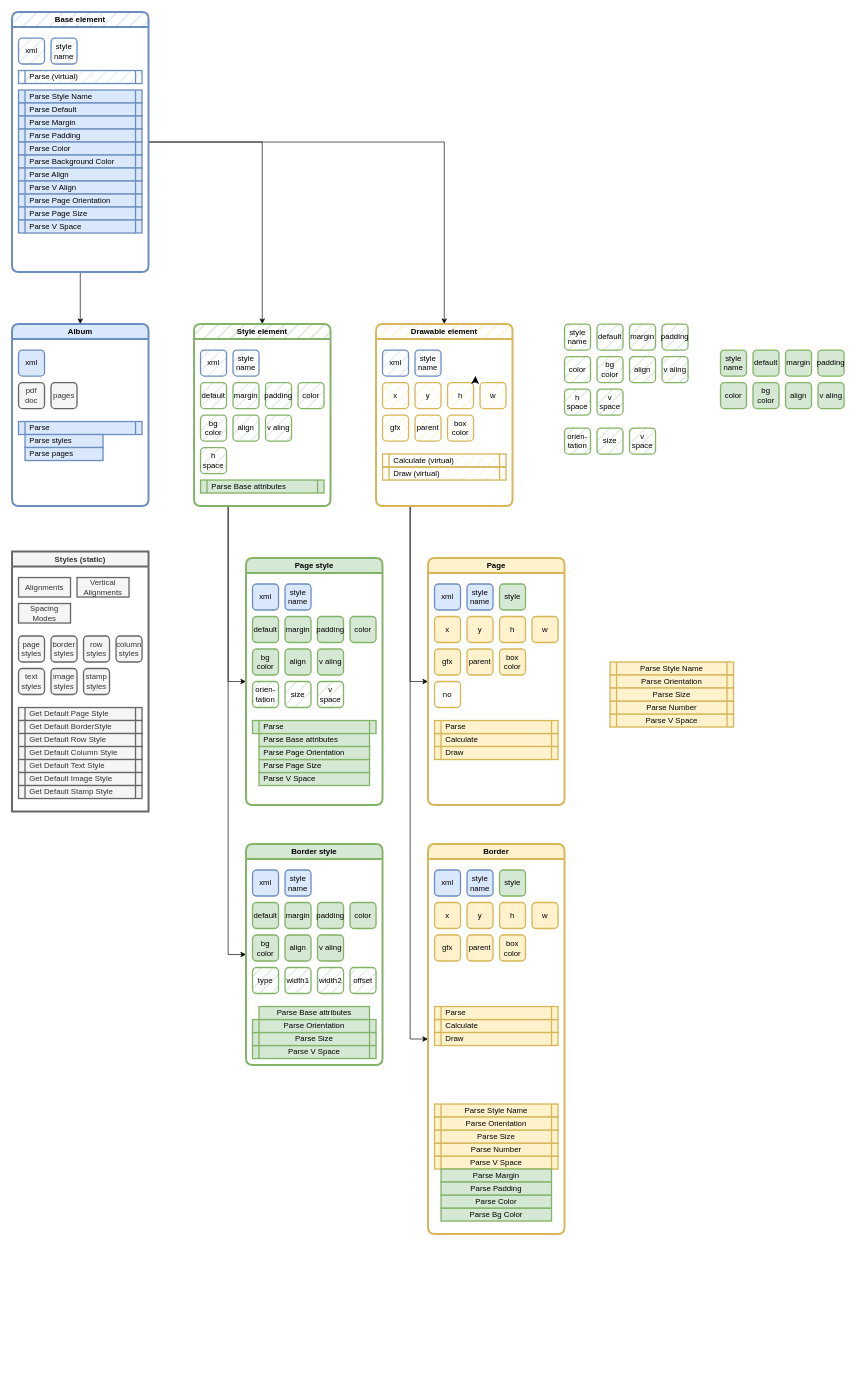
Before: Diagrams/class diagram.drawio in bogdanbj/myalbum, a draw.io diagram. Source tidied: cells renumbered, new cells numbered last; positions are measured from the earlier drawing's top-left corner, leaving out a move shared by most shapes. Both pictures are drawn from the tidied source at 65%, with x=0, y=0 at pixel (12, 12).
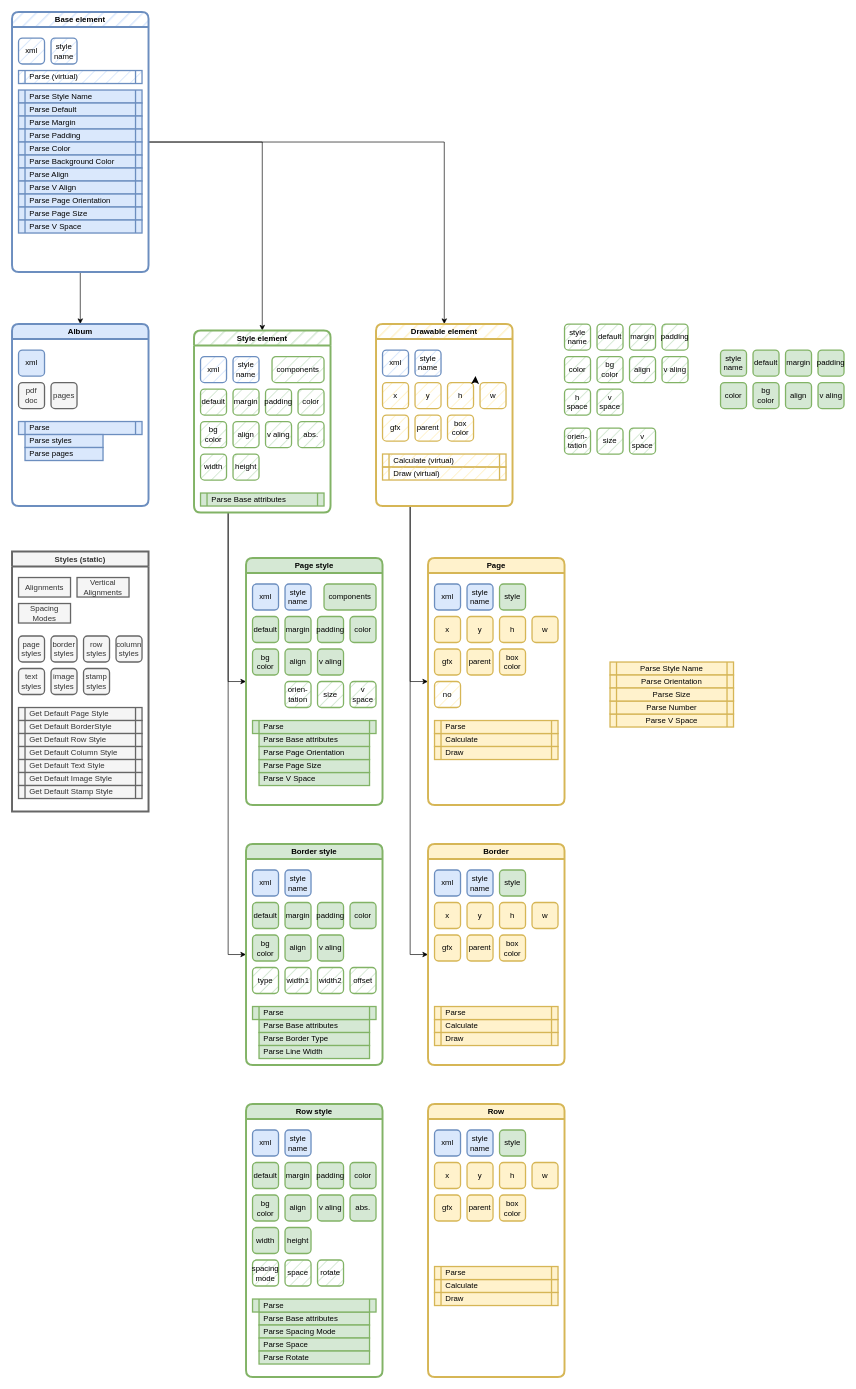
After the change.

The change refers to these unchanged cells:
```xml
<mxCell id="56" value="Border style" style="swimlane;whiteSpace=wrap;html=1;fillColor=#d5e8d4;strokeColor=#82b366;strokeWidth=3;rounded=1;swimlaneFillColor=default;" parent="1" vertex="1">
  <mxGeometry x="360" y="1280" width="210" height="340" as="geometry" />
</mxCell>
<mxCell id="97" value="Page style" style="swimlane;whiteSpace=wrap;html=1;fillColor=#d5e8d4;strokeColor=#82b366;strokeWidth=3;rounded=1;swimlaneFillColor=default;" parent="1" vertex="1">
  <mxGeometry x="360" y="840" width="210" height="380" as="geometry" />
</mxCell>
```

What changed in the source:
```diff
@@
     <mxCell id="37" value="Style element" style="swimlane;whiteSpace=wrap;html=1;fillColor=#d5e8d4;strokeColor=#82b366;strokeWidth=3;rounded=1;fillStyle=hatch;swimlaneFillColor=none;" parent="1" vertex="1">
-      <mxGeometry x="280" y="480" width="210" height="280" as="geometry" />
+      <mxGeometry x="280" y="490" width="210" height="280" as="geometry" />
     </mxCell>
@@
     <mxCell id="46" value="Parse Base attributes" style="shape=process;whiteSpace=wrap;html=1;backgroundOutline=1;fillColor=#d5e8d4;strokeColor=#82b366;size=0.05263157894736842;strokeWidth=2;align=left;spacingLeft=5;" parent="37" vertex="1">
-      <mxGeometry x="10" y="240" width="190" height="20" as="geometry" />
+      <mxGeometry x="10" y="250" width="190" height="20" as="geometry" />
     </mxCell>
@@
-    <mxCell id="48" value="h space" style="rounded=1;whiteSpace=wrap;html=1;fillColor=#d5e8d4;strokeColor=#82b366;strokeWidth=2;fillStyle=hatch;" parent="37" vertex="1">
-      <mxGeometry x="10" y="190" width="40" height="40" as="geometry" />
+    <mxCell id="48" value="abs." style="rounded=1;whiteSpace=wrap;html=1;fillColor=#d5e8d4;strokeColor=#82b366;strokeWidth=2;fillStyle=hatch;" parent="37" vertex="1">
+      <mxGeometry x="160" y="140" width="40" height="40" as="geometry" />
     </mxCell>
+    <mxCell id="174" value="components" style="rounded=1;whiteSpace=wrap;html=1;fillColor=#d5e8d4;strokeColor=#82b366;strokeWidth=2;fillStyle=hatch;" parent="37" vertex="1">
+      <mxGeometry x="120" y="40" width="80" height="40" as="geometry" />
+    </mxCell>
+    <mxCell id="175" value="width" style="rounded=1;whiteSpace=wrap;html=1;fillColor=#d5e8d4;strokeColor=#82b366;strokeWidth=2;fillStyle=hatch;" parent="37" vertex="1">
+      <mxGeometry x="10" y="190" width="40" height="40" as="geometry" />
+    </mxCell>
+    <mxCell id="176" value="height" style="rounded=1;whiteSpace=wrap;html=1;fillColor=#d5e8d4;strokeColor=#82b366;strokeWidth=2;fillStyle=hatch;" parent="37" vertex="1">
+      <mxGeometry x="60" y="190" width="40" height="40" as="geometry" />
+    </mxCell>
@@
-    <mxCell id="65" value="Parse V Space" style="shape=process;whiteSpace=wrap;html=1;backgroundOutline=1;fillColor=#d5e8d4;strokeColor=#82b366;size=0.05263157894736842;strokeWidth=2;" parent="56" vertex="1">
-      <mxGeometry x="10" y="310" width="190" height="20" as="geometry" />
-    </mxCell>
-    <mxCell id="66" value="Parse Size" style="shape=process;whiteSpace=wrap;html=1;backgroundOutline=1;fillColor=#d5e8d4;strokeColor=#82b366;size=0.05263157894736842;strokeWidth=2;" parent="56" vertex="1">
-      <mxGeometry x="10" y="290" width="190" height="20" as="geometry" />
-    </mxCell>
-    <mxCell id="67" value="Parse Orientation" style="shape=process;whiteSpace=wrap;html=1;backgroundOutline=1;fillColor=#d5e8d4;strokeColor=#82b366;size=0.05263157894736842;strokeWidth=2;" parent="56" vertex="1">
-      <mxGeometry x="10" y="270" width="190" height="20" as="geometry" />
-    </mxCell>
-    <mxCell id="68" value="Parse Base attributes" style="rounded=0;whiteSpace=wrap;html=1;fillColor=#d5e8d4;strokeColor=#82b366;strokeWidth=2;" parent="56" vertex="1">
-      <mxGeometry x="20" y="250" width="170" height="20" as="geometry" />
+    <mxCell id="68" value="Parse Base attributes" style="rounded=0;whiteSpace=wrap;html=1;fillColor=#d5e8d4;strokeColor=#82b366;strokeWidth=2;align=left;spacingLeft=5;" parent="56" vertex="1">
+      <mxGeometry x="20" y="270" width="170" height="20" as="geometry" />
     </mxCell>
@@
+    <mxCell id="177" value="Parse" style="shape=process;whiteSpace=wrap;html=1;backgroundOutline=1;fillColor=#d5e8d4;strokeColor=#82b366;size=0.05263157894736842;strokeWidth=2;align=left;spacingLeft=5;" parent="56" vertex="1">
+      <mxGeometry x="10" y="250" width="190" height="20" as="geometry" />
+    </mxCell>
+    <mxCell id="178" value="Parse Border Type" style="rounded=0;whiteSpace=wrap;html=1;fillColor=#d5e8d4;strokeColor=#82b366;strokeWidth=2;align=left;spacingLeft=5;" parent="56" vertex="1">
+      <mxGeometry x="20" y="290" width="170" height="20" as="geometry" />
+    </mxCell>
+    <mxCell id="179" value="Parse Line Width&amp;nbsp;" style="rounded=0;whiteSpace=wrap;html=1;fillColor=#d5e8d4;strokeColor=#82b366;strokeWidth=2;align=left;spacingLeft=5;" parent="56" vertex="1">
+      <mxGeometry x="20" y="310" width="170" height="20" as="geometry" />
+    </mxCell>
     <mxCell id="74" value="Border" style="swimlane;whiteSpace=wrap;html=1;fillColor=#fff2cc;strokeColor=#d6b656;strokeWidth=3;rounded=1;swimlaneFillColor=default;" parent="1" vertex="1">
-      <mxGeometry x="640" y="1280" width="210" height="600" as="geometry" />
+      <mxGeometry x="640" y="1280" width="210" height="340" as="geometry" />
     </mxCell>
@@
-    <mxCell id="83" value="Parse Style Name" style="shape=process;whiteSpace=wrap;html=1;backgroundOutline=1;fillColor=#fff2cc;strokeColor=#d6b656;size=0.05263157894736842;strokeWidth=2;" parent="74" vertex="1">
-      <mxGeometry x="10" y="400" width="190" height="20" as="geometry" />
-    </mxCell>
-    <mxCell id="84" value="Parse V Space" style="shape=process;whiteSpace=wrap;html=1;backgroundOutline=1;fillColor=#fff2cc;strokeColor=#d6b656;size=0.05263157894736842;strokeWidth=2;" parent="74" vertex="1">
-      <mxGeometry x="10" y="480" width="190" height="20" as="geometry" />
-    </mxCell>
-    <mxCell id="85" value="Parse Number" style="shape=process;whiteSpace=wrap;html=1;backgroundOutline=1;fillColor=#fff2cc;strokeColor=#d6b656;size=0.05263157894736842;strokeWidth=2;" parent="74" vertex="1">
-      <mxGeometry x="10" y="460" width="190" height="20" as="geometry" />
-    </mxCell>
-    <mxCell id="86" value="Parse Size" style="shape=process;whiteSpace=wrap;html=1;backgroundOutline=1;fillColor=#fff2cc;strokeColor=#d6b656;size=0.05263157894736842;strokeWidth=2;" parent="74" vertex="1">
-      <mxGeometry x="10" y="440" width="190" height="20" as="geometry" />
-    </mxCell>
-    <mxCell id="87" value="Parse Orientation" style="shape=process;whiteSpace=wrap;html=1;backgroundOutline=1;fillColor=#fff2cc;strokeColor=#d6b656;size=0.05263157894736842;strokeWidth=2;" parent="74" vertex="1">
-      <mxGeometry x="10" y="420" width="190" height="20" as="geometry" />
-    </mxCell>
-    <mxCell id="88" value="Parse Margin" style="rounded=0;whiteSpace=wrap;html=1;fillColor=#d5e8d4;strokeColor=#82b366;strokeWidth=2;" parent="74" vertex="1">
-      <mxGeometry x="20" y="500" width="170" height="20" as="geometry" />
-    </mxCell>
-    <mxCell id="89" value="Parse Bg Color" style="rounded=0;whiteSpace=wrap;html=1;fillColor=#d5e8d4;strokeColor=#82b366;strokeWidth=2;" parent="74" vertex="1">
-      <mxGeometry x="20" y="560" width="170" height="20" as="geometry" />
-    </mxCell>
-    <mxCell id="90" value="Parse Color" style="rounded=0;whiteSpace=wrap;html=1;fillColor=#d5e8d4;strokeColor=#82b366;strokeWidth=2;" parent="74" vertex="1">
-      <mxGeometry x="20" y="540" width="170" height="20" as="geometry" />
-    </mxCell>
-    <mxCell id="91" value="Parse Padding" style="rounded=0;whiteSpace=wrap;html=1;fillColor=#d5e8d4;strokeColor=#82b366;strokeWidth=2;" parent="74" vertex="1">
-      <mxGeometry x="20" y="520" width="170" height="20" as="geometry" />
-    </mxCell>
@@
     <mxCell id="107" value="orien-tation" style="rounded=1;whiteSpace=wrap;html=1;fillColor=#d5e8d4;strokeColor=#82b366;strokeWidth=2;fillStyle=hatch;" parent="97" vertex="1">
-      <mxGeometry x="10" y="190" width="40" height="40" as="geometry" />
+      <mxGeometry x="60" y="190" width="40" height="40" as="geometry" />
     </mxCell>
     <mxCell id="108" value="size" style="rounded=1;whiteSpace=wrap;html=1;fillColor=#d5e8d4;strokeColor=#82b366;strokeWidth=2;fillStyle=hatch;" parent="97" vertex="1">
-      <mxGeometry x="60" y="190" width="40" height="40" as="geometry" />
+      <mxGeometry x="110" y="190" width="40" height="40" as="geometry" />
     </mxCell>
     <mxCell id="109" value="v space" style="rounded=1;whiteSpace=wrap;html=1;fillColor=#d5e8d4;strokeColor=#82b366;strokeWidth=2;fillStyle=hatch;" parent="97" vertex="1">
-      <mxGeometry x="110" y="190" width="40" height="40" as="geometry" />
+      <mxGeometry x="160" y="190" width="40" height="40" as="geometry" />
     </mxCell>
@@
+    <mxCell id="180" value="components" style="rounded=1;whiteSpace=wrap;html=1;fillColor=#d5e8d4;strokeColor=#82b366;strokeWidth=2;fillStyle=auto;" parent="97" vertex="1">
+      <mxGeometry x="120" y="40" width="80" height="40" as="geometry" />
+    </mxCell>
@@
+    <mxCell id="181" value="Row style" style="swimlane;whiteSpace=wrap;html=1;fillColor=#d5e8d4;strokeColor=#82b366;strokeWidth=3;rounded=1;swimlaneFillColor=default;" parent="1" vertex="1">
+      <mxGeometry x="360" y="1680" width="210" height="420" as="geometry" />
+    </mxCell>
+    <mxCell id="182" value="default" style="rounded=1;whiteSpace=wrap;html=1;fillColor=#d5e8d4;strokeColor=#82b366;strokeWidth=2;" parent="181" vertex="1">
+      <mxGeometry x="10" y="90" width="40" height="40" as="geometry" />
+    </mxCell>
+    <mxCell id="183" value="margin" style="rounded=1;whiteSpace=wrap;html=1;fillColor=#d5e8d4;strokeColor=#82b366;strokeWidth=2;" parent="181" vertex="1">
+      <mxGeometry x="60" y="90" width="40" height="40" as="geometry" />
+    </mxCell>
+    <mxCell id="184" value="padding" style="rounded=1;whiteSpace=wrap;html=1;fillColor=#d5e8d4;strokeColor=#82b366;strokeWidth=2;" parent="181" vertex="1">
+      <mxGeometry x="110" y="90" width="40" height="40" as="geometry" />
+    </mxCell>
+    <mxCell id="185" value="color" style="rounded=1;whiteSpace=wrap;html=1;fillColor=#d5e8d4;strokeColor=#82b366;strokeWidth=2;" parent="181" vertex="1">
+      <mxGeometry x="160" y="90" width="40" height="40" as="geometry" />
+    </mxCell>
+    <mxCell id="186" value="bg color" style="rounded=1;whiteSpace=wrap;html=1;fillColor=#d5e8d4;strokeColor=#82b366;strokeWidth=2;" parent="181" vertex="1">
+      <mxGeometry x="10" y="140" width="40" height="40" as="geometry" />
+    </mxCell>
+    <mxCell id="187" value="align" style="rounded=1;whiteSpace=wrap;html=1;fillColor=#d5e8d4;strokeColor=#82b366;strokeWidth=2;" parent="181" vertex="1">
+      <mxGeometry x="60" y="140" width="40" height="40" as="geometry" />
+    </mxCell>
+    <mxCell id="188" value="v aling" style="rounded=1;whiteSpace=wrap;html=1;fillColor=#d5e8d4;strokeColor=#82b366;strokeWidth=2;" parent="181" vertex="1">
+      <mxGeometry x="110" y="140" width="40" height="40" as="geometry" />
+    </mxCell>
+    <mxCell id="189" value="xml" style="rounded=1;whiteSpace=wrap;html=1;fillColor=#dae8fc;strokeColor=#6c8ebf;strokeWidth=2;" parent="181" vertex="1">
+      <mxGeometry x="10" y="40" width="40" height="40" as="geometry" />
+    </mxCell>
+    <mxCell id="190" value="Parse Base attributes" style="rounded=0;whiteSpace=wrap;html=1;fillColor=#d5e8d4;strokeColor=#82b366;strokeWidth=2;align=left;spacingLeft=5;" parent="181" vertex="1">
+      <mxGeometry x="20" y="320" width="170" height="20" as="geometry" />
+    </mxCell>
+    <mxCell id="191" value="spacing mode" style="rounded=1;whiteSpace=wrap;html=1;fillColor=#d5e8d4;strokeColor=#82b366;strokeWidth=2;fillStyle=hatch;" parent="181" vertex="1">
+      <mxGeometry x="10" y="240" width="40" height="40" as="geometry" />
+    </mxCell>
+    <mxCell id="192" value="space" style="rounded=1;whiteSpace=wrap;html=1;fillColor=#d5e8d4;strokeColor=#82b366;strokeWidth=2;fillStyle=hatch;" parent="181" vertex="1">
+      <mxGeometry x="60" y="240" width="40" height="40" as="geometry" />
+    </mxCell>
+    <mxCell id="193" value="rotate" style="rounded=1;whiteSpace=wrap;html=1;fillColor=#d5e8d4;strokeColor=#82b366;strokeWidth=2;fillStyle=hatch;" parent="181" vertex="1">
+      <mxGeometry x="110" y="240" width="40" height="40" as="geometry" />
+    </mxCell>
+    <mxCell id="194" value="style name" style="rounded=1;whiteSpace=wrap;html=1;fillColor=#dae8fc;strokeColor=#6c8ebf;strokeWidth=2;" parent="181" vertex="1">
+      <mxGeometry x="60" y="40" width="40" height="40" as="geometry" />
+    </mxCell>
+    <mxCell id="195" value="Parse" style="shape=process;whiteSpace=wrap;html=1;backgroundOutline=1;fillColor=#d5e8d4;strokeColor=#82b366;size=0.05263157894736842;strokeWidth=2;align=left;spacingLeft=5;" parent="181" vertex="1">
+      <mxGeometry x="10" y="300" width="190" height="20" as="geometry" />
+    </mxCell>
+    <mxCell id="196" value="Parse Spacing Mode" style="rounded=0;whiteSpace=wrap;html=1;fillColor=#d5e8d4;strokeColor=#82b366;strokeWidth=2;align=left;spacingLeft=5;" parent="181" vertex="1">
+      <mxGeometry x="20" y="340" width="170" height="20" as="geometry" />
+    </mxCell>
+    <mxCell id="197" value="Parse Space" style="rounded=0;whiteSpace=wrap;html=1;fillColor=#d5e8d4;strokeColor=#82b366;strokeWidth=2;align=left;spacingLeft=5;" parent="181" vertex="1">
+      <mxGeometry x="20" y="360" width="170" height="20" as="geometry" />
+    </mxCell>
+    <mxCell id="198" value="abs." style="rounded=1;whiteSpace=wrap;html=1;fillColor=#d5e8d4;strokeColor=#82b366;strokeWidth=2;fillStyle=auto;" parent="181" vertex="1">
+      <mxGeometry x="160" y="140" width="40" height="40" as="geometry" />
+    </mxCell>
+    <mxCell id="199" value="Parse Rotate" style="rounded=0;whiteSpace=wrap;html=1;fillColor=#d5e8d4;strokeColor=#82b366;strokeWidth=2;align=left;spacingLeft=5;" parent="181" vertex="1">
+      <mxGeometry x="20" y="380" width="170" height="20" as="geometry" />
+    </mxCell>
+    <mxCell id="200" value="height" style="rounded=1;whiteSpace=wrap;html=1;fillColor=#d5e8d4;strokeColor=#82b366;strokeWidth=2;fillStyle=auto;" parent="181" vertex="1">
+      <mxGeometry x="60" y="190" width="40" height="40" as="geometry" />
+    </mxCell>
+    <mxCell id="201" value="width" style="rounded=1;whiteSpace=wrap;html=1;fillColor=#d5e8d4;strokeColor=#82b366;strokeWidth=2;fillStyle=auto;" parent="181" vertex="1">
+      <mxGeometry x="10" y="190" width="40" height="40" as="geometry" />
+    </mxCell>
+    <mxCell id="202" value="Row" style="swimlane;whiteSpace=wrap;html=1;fillColor=#fff2cc;strokeColor=#d6b656;strokeWidth=3;rounded=1;swimlaneFillColor=default;" parent="1" vertex="1">
+      <mxGeometry x="640" y="1680" width="210" height="420" as="geometry" />
+    </mxCell>
+    <mxCell id="203" value="gfx" style="rounded=1;whiteSpace=wrap;html=1;fillColor=#fff2cc;strokeColor=#d6b656;strokeWidth=2;" parent="202" vertex="1">
+      <mxGeometry x="10" y="140" width="40" height="40" as="geometry" />
+    </mxCell>
+    <mxCell id="204" value="w" style="rounded=1;whiteSpace=wrap;html=1;fillColor=#fff2cc;strokeColor=#d6b656;strokeWidth=2;" parent="202" vertex="1">
+      <mxGeometry x="160" y="90" width="40" height="40" as="geometry" />
+    </mxCell>
+    <mxCell id="205" value="h" style="rounded=1;whiteSpace=wrap;html=1;fillColor=#fff2cc;strokeColor=#d6b656;strokeWidth=2;" parent="202" vertex="1">
+      <mxGeometry x="110" y="90" width="40" height="40" as="geometry" />
+    </mxCell>
+    <mxCell id="206" value="y" style="rounded=1;whiteSpace=wrap;html=1;fillColor=#fff2cc;strokeColor=#d6b656;strokeWidth=2;" parent="202" vertex="1">
+      <mxGeometry x="60" y="90" width="40" height="40" as="geometry" />
+    </mxCell>
+    <mxCell id="207" value="x" style="rounded=1;whiteSpace=wrap;html=1;fillColor=#fff2cc;strokeColor=#d6b656;strokeWidth=2;" parent="202" vertex="1">
+      <mxGeometry x="10" y="90" width="40" height="40" as="geometry" />
+    </mxCell>
+    <mxCell id="208" value="parent" style="rounded=1;whiteSpace=wrap;html=1;fillColor=#fff2cc;strokeColor=#d6b656;strokeWidth=2;" parent="202" vertex="1">
+      <mxGeometry x="60" y="140" width="40" height="40" as="geometry" />
+    </mxCell>
+    <mxCell id="209" value="box color" style="rounded=1;whiteSpace=wrap;html=1;fillColor=#fff2cc;strokeColor=#d6b656;strokeWidth=2;" parent="202" vertex="1">
+      <mxGeometry x="110" y="140" width="40" height="40" as="geometry" />
+    </mxCell>
+    <mxCell id="210" value="xml" style="rounded=1;whiteSpace=wrap;html=1;fillColor=#dae8fc;strokeColor=#6c8ebf;strokeWidth=2;" parent="202" vertex="1">
+      <mxGeometry x="10" y="40" width="40" height="40" as="geometry" />
+    </mxCell>
+    <mxCell id="211" value="style" style="rounded=1;whiteSpace=wrap;html=1;fillColor=#d5e8d4;strokeColor=#82b366;strokeWidth=2;" parent="202" vertex="1">
+      <mxGeometry x="110" y="40" width="40" height="40" as="geometry" />
+    </mxCell>
+    <mxCell id="212" value="style name" style="rounded=1;whiteSpace=wrap;html=1;fillColor=#dae8fc;strokeColor=#6c8ebf;strokeWidth=2;" parent="202" vertex="1">
+      <mxGeometry x="60" y="40" width="40" height="40" as="geometry" />
+    </mxCell>
+    <mxCell id="213" value="Calculate" style="shape=process;whiteSpace=wrap;html=1;backgroundOutline=1;fillColor=#fff2cc;strokeColor=#d6b656;size=0.05263157894736842;strokeWidth=2;align=left;spacingLeft=5;fillStyle=auto;" parent="202" vertex="1">
+      <mxGeometry x="10" y="270" width="190" height="20" as="geometry" />
+    </mxCell>
+    <mxCell id="214" value="Draw" style="shape=process;whiteSpace=wrap;html=1;backgroundOutline=1;fillColor=#fff2cc;strokeColor=#d6b656;size=0.05263157894736842;strokeWidth=2;align=left;spacingLeft=5;fillStyle=auto;" parent="202" vertex="1">
+      <mxGeometry x="10" y="290" width="190" height="20" as="geometry" />
+    </mxCell>
+    <mxCell id="215" value="Parse" style="shape=process;whiteSpace=wrap;html=1;backgroundOutline=1;fillColor=#fff2cc;strokeColor=#d6b656;size=0.05263157894736842;strokeWidth=2;align=left;spacingLeft=5;" parent="202" vertex="1">
+      <mxGeometry x="10" y="250" width="190" height="20" as="geometry" />
+    </mxCell>
```
